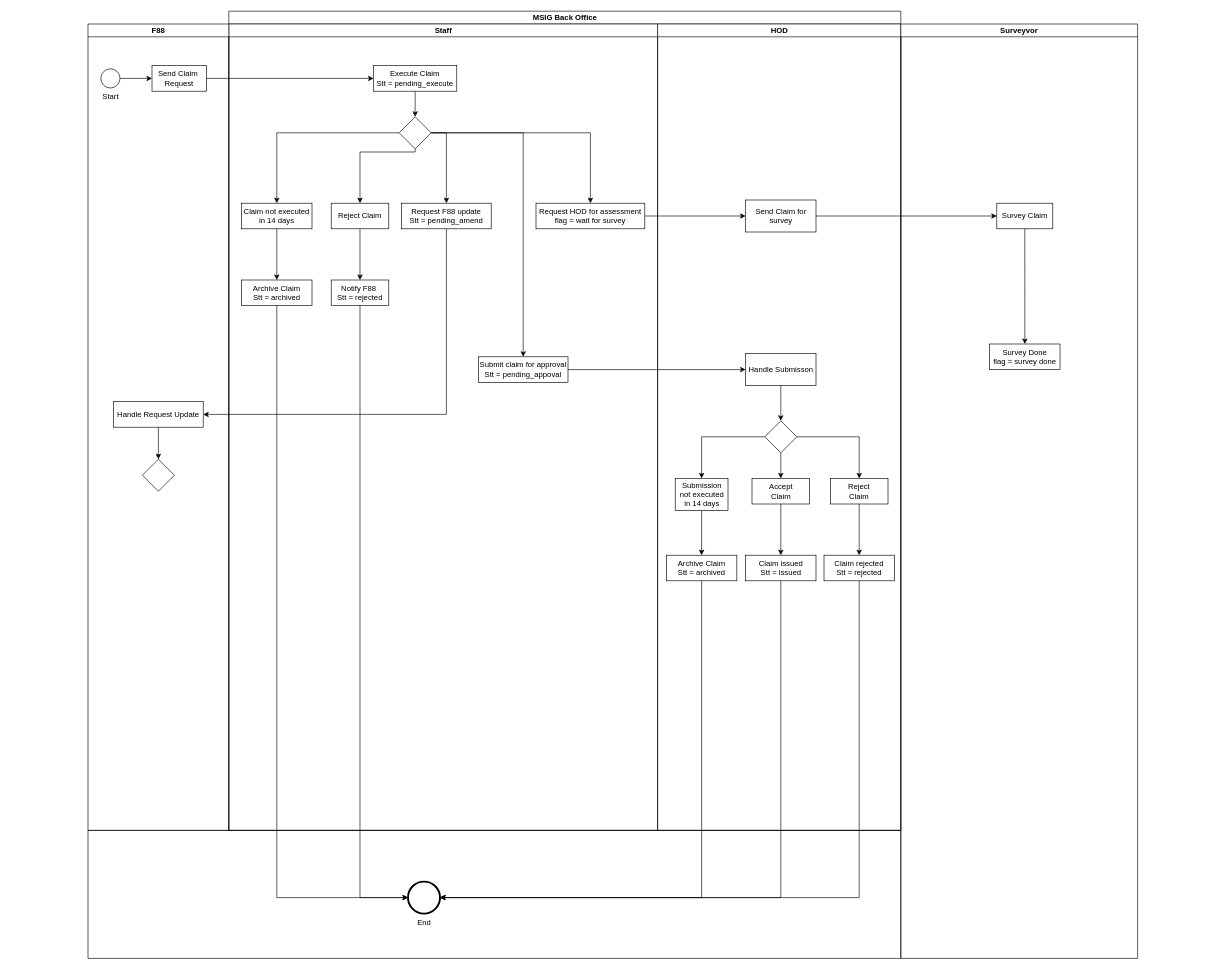
Above: Copy of Untitled Diagram.drawio in Chris-25/Book (draw.io), before the change. Source tidied: cells renumbered, new cells numbered last; positions are measured from the earlier drawing's top-left corner, leaving out a move shared by most shapes. Both pictures are drawn from the tidied source at 64%, with x=0, y=0 at pixel (88, 11).
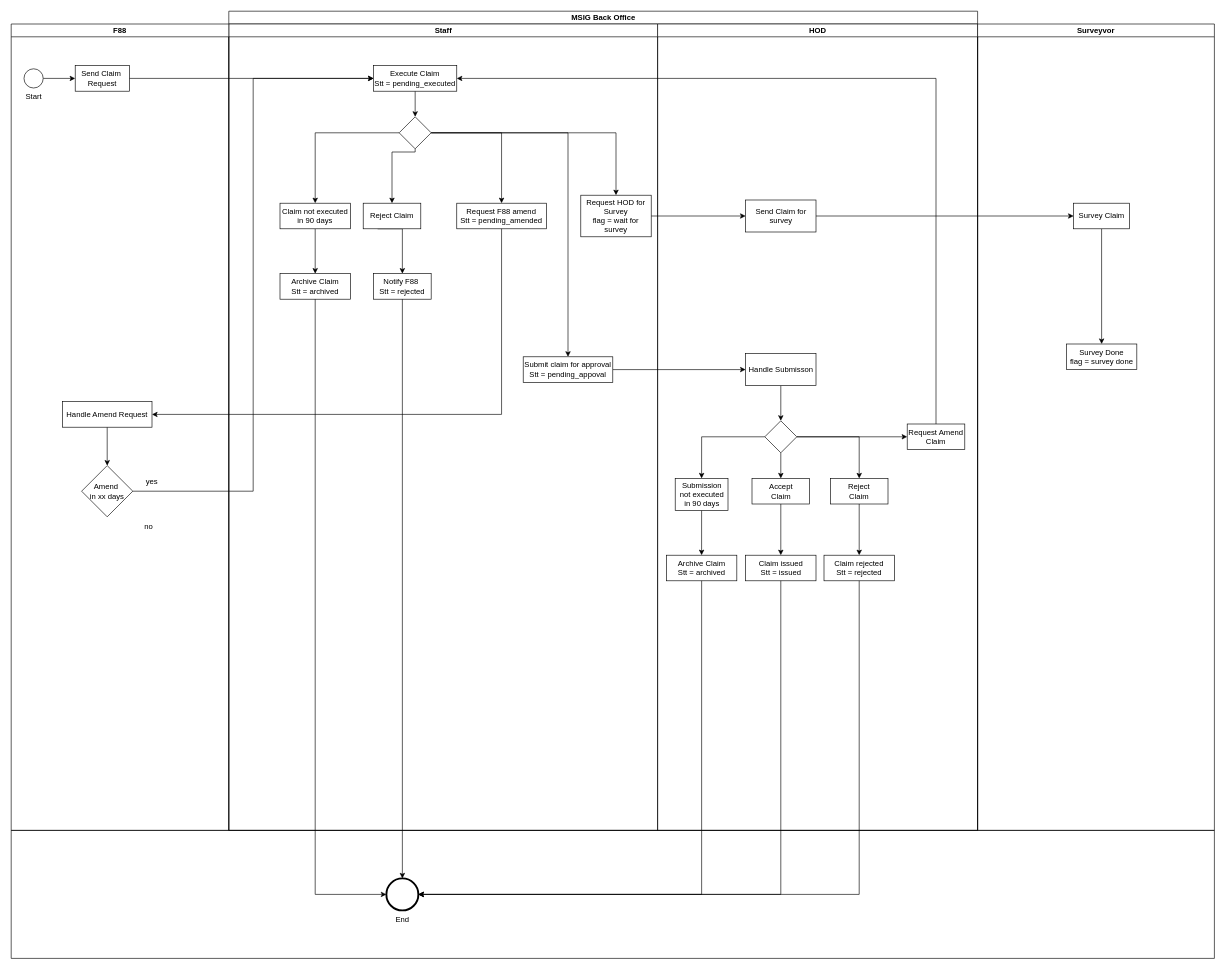
The same page after the edit.

The change refers to these unchanged cells:
```xml
<mxCell id="4" value="Staff" style="swimlane;html=1;startSize=20;" parent="2" vertex="1">
  <mxGeometry y="20" width="670" height="1260" as="geometry" />
</mxCell>
<mxCell id="13" style="points=[[0.25,0.25,0],[0.5,0,0],[0.75,0.25,0],[1,0.5,0],[0.75,0.75,0],[0.5,1,0],[0.25,0.75,0],[0,0.5,0]];shape=mxgraph.bpmn.gateway2;html=1;verticalLabelPosition=bottom;labelBackgroundColor=#ffffff;verticalAlign=top;align=center;perimeter=rhombusPerimeter;outlineConnect=0;outline=none;symbol=none;" parent="4" vertex="1">
  <mxGeometry x="266.2" y="145" width="50" height="50" as="geometry" />
</mxCell>
<mxCell id="26" value="Handle Submisson" style="rounded=0;whiteSpace=wrap;html=1;" parent="23" vertex="1">
  <mxGeometry x="137.5" y="515" width="110" height="50" as="geometry" />
</mxCell>
<mxCell id="30" style="points=[[0.25,0.25,0],[0.5,0,0],[0.75,0.25,0],[1,0.5,0],[0.75,0.75,0],[0.5,1,0],[0.25,0.75,0],[0,0.5,0]];shape=mxgraph.bpmn.gateway2;html=1;verticalLabelPosition=bottom;labelBackgroundColor=#ffffff;verticalAlign=top;align=center;perimeter=rhombusPerimeter;outlineConnect=0;outline=none;symbol=none;" parent="23" vertex="1">
  <mxGeometry x="167.5" y="620" width="50" height="50" as="geometry" />
</mxCell>
```

What changed in the source:
```diff
@@
     <mxCell id="2" value="MSIG Back Office" style="swimlane;html=1;startSize=20;" parent="1" vertex="1">
-      <mxGeometry x="220" width="1050" height="1280" as="geometry" />
+      <mxGeometry x="220" width="1170" height="1280" as="geometry" />
     </mxCell>
@@
+    <mxCell id="22" style="edgeStyle=orthogonalEdgeStyle;rounded=0;jettySize=auto;html=1;exitX=1;exitY=0.5;exitDx=0;exitDy=0;entryX=0;entryY=0.5;entryDx=0;entryDy=0;" parent="2" edge="1" source="5" target="26">
+      <mxGeometry relative="1" as="geometry" />
+    </mxCell>
@@
     <mxCell id="5" value="Submit claim for approval&lt;br&gt;Stt = pending_appoval" style="rounded=0;whiteSpace=wrap;html=1;" parent="4" vertex="1">
-      <mxGeometry x="390" y="520" width="140" height="40" as="geometry" />
+      <mxGeometry x="460" y="520" width="140" height="40" as="geometry" />
     </mxCell>
@@
-    <mxCell id="7" value="Execute Claim&lt;br&gt;Stt = pending_execute" style="rounded=0;whiteSpace=wrap;html=1;" parent="4" vertex="1">
+    <mxCell id="7" value="Execute Claim&lt;br&gt;Stt = pending_executed" style="rounded=0;whiteSpace=wrap;html=1;" parent="4" vertex="1">
       <mxGeometry x="226.2" y="65" width="130" height="40" as="geometry" />
     </mxCell>
@@
     <mxCell id="9" style="edgeStyle=orthogonalEdgeStyle;rounded=0;jettySize=auto;html=1;exitX=0.5;exitY=1;exitDx=0;exitDy=0;exitPerimeter=0;entryX=0.5;entryY=0;entryDx=0;entryDy=0;" parent="4" edge="1" source="13" target="17">
       <mxGeometry relative="1" as="geometry">
         <Array as="points">
           <mxPoint x="291" y="200" />
-          <mxPoint x="205" y="200" />
+          <mxPoint x="255" y="200" />
         </Array>
       </mxGeometry>
     </mxCell>
@@
-    <mxCell id="15" value="Claim not executed &lt;br&gt;in 14 days" style="rounded=0;whiteSpace=wrap;html=1;" parent="4" vertex="1">
-      <mxGeometry x="20" y="280" width="110" height="40" as="geometry" />
+    <mxCell id="15" value="Claim not executed &lt;br&gt;in 90 days" style="rounded=0;whiteSpace=wrap;html=1;" parent="4" vertex="1">
+      <mxGeometry x="80" y="280" width="110" height="40" as="geometry" />
     </mxCell>
-    <mxCell id="16" style="edgeStyle=orthogonalEdgeStyle;rounded=0;jettySize=auto;html=1;exitX=0.5;exitY=1;exitDx=0;exitDy=0;entryX=0.5;entryY=0;entryDx=0;entryDy=0;" parent="4" edge="1" source="17" target="19">
-      <mxGeometry relative="1" as="geometry" />
+    <mxCell id="16" style="edgeStyle=orthogonalEdgeStyle;rounded=0;jettySize=auto;html=1;exitX=0.25;exitY=1;exitDx=0;exitDy=0;entryX=0.5;entryY=0;entryDx=0;entryDy=0;" parent="4" edge="1" source="17" target="19">
+      <mxGeometry relative="1" as="geometry">
+        <Array as="points">
+          <mxPoint x="271" y="320" />
+        </Array>
+      </mxGeometry>
     </mxCell>
     <mxCell id="17" value="Reject Claim" style="rounded=0;whiteSpace=wrap;html=1;" parent="4" vertex="1">
-      <mxGeometry x="160" y="280" width="90" height="40" as="geometry" />
+      <mxGeometry x="210" y="280" width="90" height="40" as="geometry" />
     </mxCell>
     <mxCell id="18" value="Archive Claim&lt;br&gt;Stt = archived" style="rounded=0;whiteSpace=wrap;html=1;" parent="4" vertex="1">
-      <mxGeometry x="20" y="400" width="110" height="40" as="geometry" />
+      <mxGeometry x="80" y="390" width="110" height="40" as="geometry" />
     </mxCell>
     <mxCell id="19" value="Notify F88&amp;nbsp;&lt;br&gt;Stt = rejected" style="rounded=0;whiteSpace=wrap;html=1;" parent="4" vertex="1">
-      <mxGeometry x="160" y="400" width="90" height="40" as="geometry" />
+      <mxGeometry x="226.2" y="390" width="90" height="40" as="geometry" />
     </mxCell>
-    <mxCell id="20" value="Request HOD for assessment&lt;br&gt;flag = wait for survey" style="rounded=0;whiteSpace=wrap;html=1;" parent="4" vertex="1">
-      <mxGeometry x="480" y="280" width="170" height="40" as="geometry" />
+    <mxCell id="20" value="Request HOD for Survey&lt;br&gt;flag = wait for survey" style="rounded=0;whiteSpace=wrap;html=1;" parent="4" vertex="1">
+      <mxGeometry x="550" y="267.5" width="110" height="65" as="geometry" />
     </mxCell>
-    <mxCell id="21" value="Request F88 update&lt;br&gt;Stt = pending_amend" style="rounded=0;whiteSpace=wrap;html=1;" parent="4" vertex="1">
-      <mxGeometry x="270" y="280" width="140" height="40" as="geometry" />
+    <mxCell id="21" value="Request F88 amend&lt;br&gt;Stt = pending_amended" style="rounded=0;whiteSpace=wrap;html=1;" parent="4" vertex="1">
+      <mxGeometry x="356.2" y="280" width="140" height="40" as="geometry" />
     </mxCell>
-    <mxCell id="22" style="edgeStyle=orthogonalEdgeStyle;rounded=0;jettySize=auto;html=1;exitX=1;exitY=0.5;exitDx=0;exitDy=0;entryX=0;entryY=0.5;entryDx=0;entryDy=0;" parent="2" edge="1" source="5" target="26">
-      <mxGeometry relative="1" as="geometry" />
-    </mxCell>
     <mxCell id="23" value="HOD" style="swimlane;html=1;startSize=20;" parent="2" vertex="1">
-      <mxGeometry x="670" y="20" width="380" height="1260" as="geometry" />
+      <mxGeometry x="670" y="20" width="500" height="1260" as="geometry" />
     </mxCell>
@@
+    <mxCell id="61" style="edgeStyle=orthogonalEdgeStyle;rounded=0;jettySize=auto;html=1;exitX=1;exitY=0.5;exitDx=0;exitDy=0;exitPerimeter=0;entryX=0;entryY=0.5;entryDx=0;entryDy=0;" parent="23" edge="1" source="30" target="62">
+      <mxGeometry relative="1" as="geometry" />
+    </mxCell>
@@
-    <mxCell id="32" value="Submission not executed &lt;br&gt;in 14 days" style="rounded=0;whiteSpace=wrap;html=1;" parent="23" vertex="1">
+    <mxCell id="32" value="Submission not executed &lt;br&gt;in 90 days" style="rounded=0;whiteSpace=wrap;html=1;" parent="23" vertex="1">
       <mxGeometry x="27.5" y="710" width="82.5" height="50" as="geometry" />
     </mxCell>
@@
+    <mxCell id="62" value="Request Amend&lt;br&gt;Claim" style="rounded=0;whiteSpace=wrap;html=1;" parent="23" vertex="1">
+      <mxGeometry x="390" y="625" width="90" height="40" as="geometry" />
+    </mxCell>
+    <mxCell id="63" style="edgeStyle=orthogonalEdgeStyle;rounded=0;jettySize=auto;html=1;exitX=0.5;exitY=0;exitDx=0;exitDy=0;entryX=1;entryY=0.5;entryDx=0;entryDy=0;" parent="2" edge="1" source="62" target="7">
+      <mxGeometry relative="1" as="geometry" />
+    </mxCell>
     <mxCell id="40" value="F88" style="swimlane;startSize=20;" parent="1" vertex="1">
-      <mxGeometry y="20" width="220" height="1260" as="geometry" />
+      <mxGeometry x="-120" y="20" width="340" height="1260" as="geometry" />
     </mxCell>
@@
-    <mxCell id="44" style="edgeStyle=orthogonalEdgeStyle;rounded=0;jettySize=auto;html=1;exitX=0.5;exitY=1;exitDx=0;exitDy=0;entryX=0.5;entryY=0;entryDx=0;entryDy=0;entryPerimeter=0;" parent="40" edge="1" source="45" target="46">
-      <mxGeometry relative="1" as="geometry" />
-    </mxCell>
+    <mxCell id="64" style="edgeStyle=orthogonalEdgeStyle;rounded=0;jettySize=auto;html=1;exitX=0.5;exitY=1;exitDx=0;exitDy=0;entryX=0.5;entryY=0;entryDx=0;entryDy=0;" parent="40" edge="1" source="45" target="65">
+      <mxGeometry relative="1" as="geometry" />
+    </mxCell>
-    <mxCell id="45" value="Handle Request Update" style="rounded=0;whiteSpace=wrap;html=1;" parent="40" vertex="1">
-      <mxGeometry x="40" y="590" width="140" height="40" as="geometry" />
+    <mxCell id="45" value="Handle Amend Request" style="rounded=0;whiteSpace=wrap;html=1;" parent="40" vertex="1">
+      <mxGeometry x="80" y="590" width="140" height="40" as="geometry" />
     </mxCell>
-    <mxCell id="46" style="points=[[0.25,0.25,0],[0.5,0,0],[0.75,0.25,0],[1,0.5,0],[0.75,0.75,0],[0.5,1,0],[0.25,0.75,0],[0,0.5,0]];shape=mxgraph.bpmn.gateway2;html=1;verticalLabelPosition=bottom;labelBackgroundColor=#ffffff;verticalAlign=top;align=center;perimeter=rhombusPerimeter;outlineConnect=0;outline=none;symbol=none;" parent="40" vertex="1">
-      <mxGeometry x="85" y="680" width="50" height="50" as="geometry" />
-    </mxCell>
+    <mxCell id="65" value="Amend&amp;nbsp;&lt;br&gt;in xx days" style="rhombus;whiteSpace=wrap;html=1;" parent="40" vertex="1">
+      <mxGeometry x="110" y="690" width="80" height="80" as="geometry" />
+    </mxCell>
+    <mxCell id="66" value="yes" style="text;html=1;strokeColor=none;fillColor=none;align=center;verticalAlign=middle;whiteSpace=wrap;rounded=0;" parent="40" vertex="1">
+      <mxGeometry x="190" y="700" width="60" height="30" as="geometry" />
+    </mxCell>
+    <mxCell id="67" value="no" style="text;html=1;strokeColor=none;fillColor=none;align=center;verticalAlign=middle;whiteSpace=wrap;rounded=0;" parent="40" vertex="1">
+      <mxGeometry x="185" y="770" width="60" height="30" as="geometry" />
+    </mxCell>
     <mxCell id="47" style="swimlane;startSize=0;" parent="1" vertex="1">
-      <mxGeometry y="1280" width="1270" height="200" as="geometry" />
+      <mxGeometry x="-120" y="1280" width="1880" height="200" as="geometry" />
     </mxCell>
     <mxCell id="48" value="End" style="points=[[0.145,0.145,0],[0.5,0,0],[0.855,0.145,0],[1,0.5,0],[0.855,0.855,0],[0.5,1,0],[0.145,0.855,0],[0,0.5,0]];shape=mxgraph.bpmn.event;html=1;verticalLabelPosition=bottom;labelBackgroundColor=#ffffff;verticalAlign=top;align=center;perimeter=ellipsePerimeter;outlineConnect=0;outline=end;symbol=terminate2;" parent="47" vertex="1">
-      <mxGeometry x="500" y="80" width="50" height="50" as="geometry" />
+      <mxGeometry x="586.2" y="75" width="50" height="50" as="geometry" />
     </mxCell>
@@
-    <mxCell id="50" style="edgeStyle=orthogonalEdgeStyle;rounded=0;jettySize=auto;html=1;exitX=0.5;exitY=1;exitDx=0;exitDy=0;entryX=0;entryY=0.5;entryDx=0;entryDy=0;entryPerimeter=0;" parent="1" edge="1" source="19" target="48">
+    <mxCell id="50" style="edgeStyle=orthogonalEdgeStyle;rounded=0;jettySize=auto;html=1;exitX=0.5;exitY=1;exitDx=0;exitDy=0;entryX=0.5;entryY=0;entryDx=0;entryDy=0;entryPerimeter=0;" parent="1" edge="1" source="19" target="48">
       <mxGeometry relative="1" as="geometry" />
     </mxCell>
@@
     <mxCell id="52" value="Surveyvor" style="swimlane;startSize=20;" parent="1" vertex="1">
-      <mxGeometry x="1270" y="20" width="370" height="1460" as="geometry" />
+      <mxGeometry x="1390" y="20" width="370" height="1260" as="geometry" />
     </mxCell>
@@
+    <mxCell id="68" style="edgeStyle=orthogonalEdgeStyle;rounded=0;jettySize=auto;html=1;exitX=1;exitY=0.5;exitDx=0;exitDy=0;entryX=0;entryY=0.5;entryDx=0;entryDy=0;" parent="1" edge="1" source="65" target="7">
+      <mxGeometry relative="1" as="geometry" />
+    </mxCell>
```
